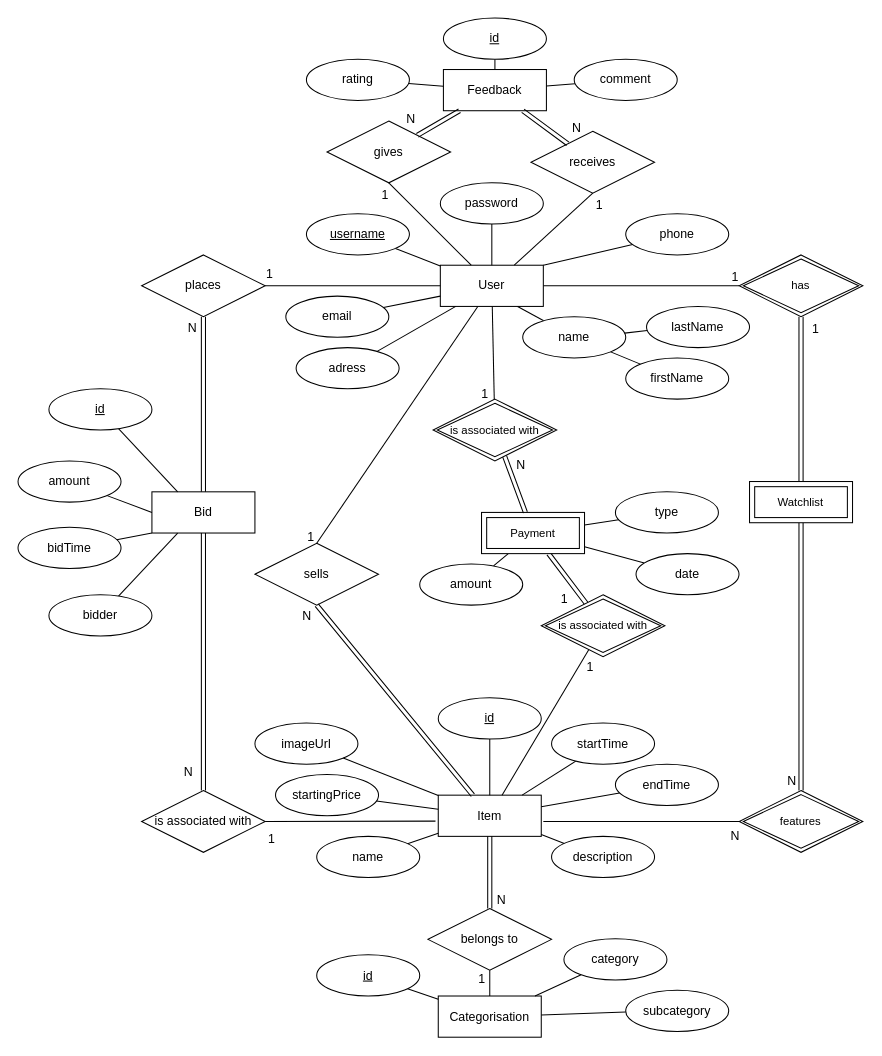
Before: docs/ERD-Chen.drawio in echtermeyer/BidBits-Webapp, a draw.io diagram. Source tidied: cells renumbered, new cells numbered last; positions are measured from the earlier drawing's top-left corner, leaving out a move shared by most shapes. Both pictures are drawn from the tidied source at 103%, with x=0, y=0 at pixel (18, 18).
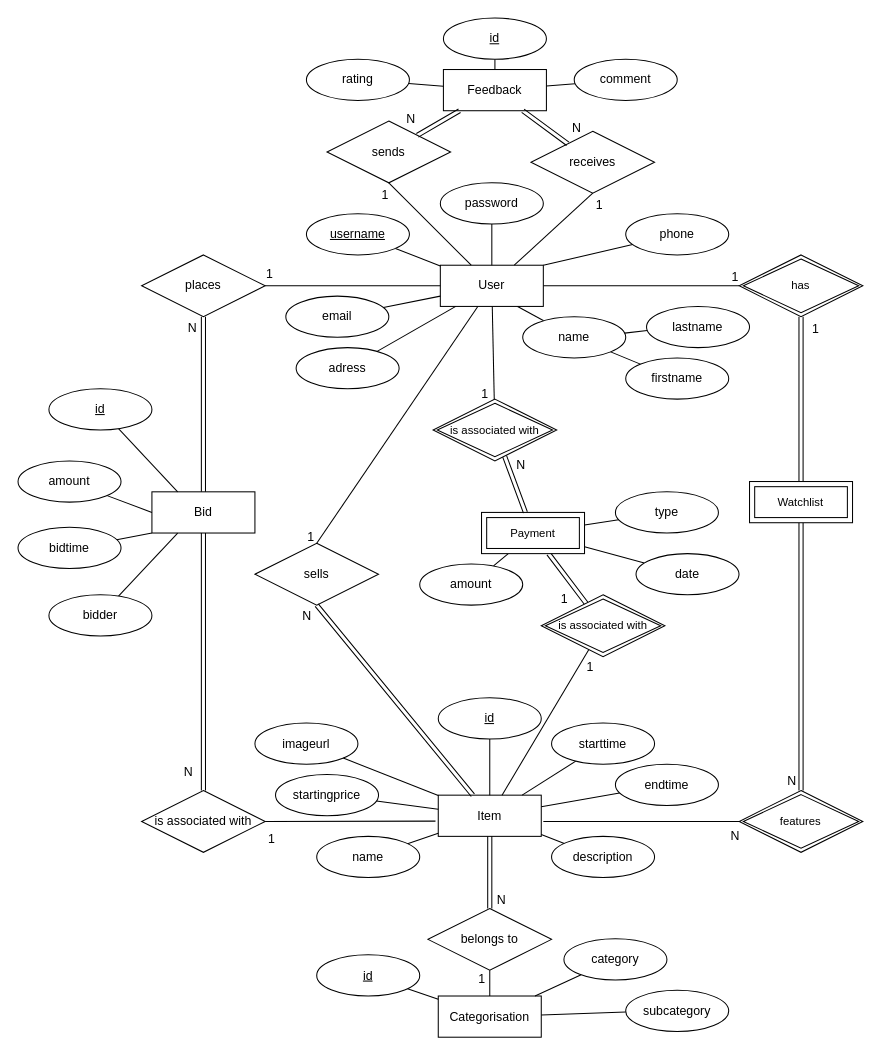
Above is the later version.

The edit, as a diff of the source:
```diff
@@
-    <mxCell id="15" value="firstName" style="ellipse;whiteSpace=wrap;html=1;align=center;" parent="1" vertex="1">
+    <mxCell id="15" value="firstname" style="ellipse;whiteSpace=wrap;html=1;align=center;" parent="1" vertex="1">
       <mxGeometry x="590" y="330" width="100" height="40" as="geometry" />
     </mxCell>
-    <mxCell id="16" value="lastName" style="ellipse;whiteSpace=wrap;html=1;align=center;" parent="1" vertex="1">
+    <mxCell id="16" value="lastname" style="ellipse;whiteSpace=wrap;html=1;align=center;" parent="1" vertex="1">
       <mxGeometry x="610.2" y="280" width="100" height="40" as="geometry" />
     </mxCell>
@@
-    <mxCell id="26" value="bidTime" style="ellipse;whiteSpace=wrap;html=1;align=center;" parent="1" vertex="1">
+    <mxCell id="26" value="bidtime" style="ellipse;whiteSpace=wrap;html=1;align=center;" parent="1" vertex="1">
       <mxGeometry y="494.5" width="100" height="40" as="geometry" />
     </mxCell>
@@
-    <mxCell id="55" value="gives" style="shape=rhombus;perimeter=rhombusPerimeter;whiteSpace=wrap;html=1;align=center;" parent="1" vertex="1">
+    <mxCell id="55" value="sends" style="shape=rhombus;perimeter=rhombusPerimeter;whiteSpace=wrap;html=1;align=center;" parent="1" vertex="1">
       <mxGeometry x="300" y="100" width="120" height="60" as="geometry" />
     </mxCell>
@@
-    <mxCell id="89" value="startingPrice" style="ellipse;whiteSpace=wrap;html=1;align=center;" parent="1" vertex="1">
+    <mxCell id="89" value="startingprice" style="ellipse;whiteSpace=wrap;html=1;align=center;" parent="1" vertex="1">
       <mxGeometry x="250" y="734.5" width="100" height="40" as="geometry" />
     </mxCell>
@@
-    <mxCell id="91" value="endTime" style="ellipse;whiteSpace=wrap;html=1;align=center;" parent="1" vertex="1">
+    <mxCell id="91" value="endtime" style="ellipse;whiteSpace=wrap;html=1;align=center;" parent="1" vertex="1">
       <mxGeometry x="580" y="724.5" width="100" height="40" as="geometry" />
     </mxCell>
@@
-    <mxCell id="93" value="startTime" style="ellipse;whiteSpace=wrap;html=1;align=center;" parent="1" vertex="1">
+    <mxCell id="93" value="starttime" style="ellipse;whiteSpace=wrap;html=1;align=center;" parent="1" vertex="1">
       <mxGeometry x="518" y="684.5" width="100" height="40" as="geometry" />
     </mxCell>
@@
-    <mxCell id="100" value="imageUrl" style="ellipse;whiteSpace=wrap;html=1;align=center;" parent="1" vertex="1">
+    <mxCell id="100" value="imageurl" style="ellipse;whiteSpace=wrap;html=1;align=center;" parent="1" vertex="1">
       <mxGeometry x="230" y="684.5" width="100" height="40" as="geometry" />
     </mxCell>
```
